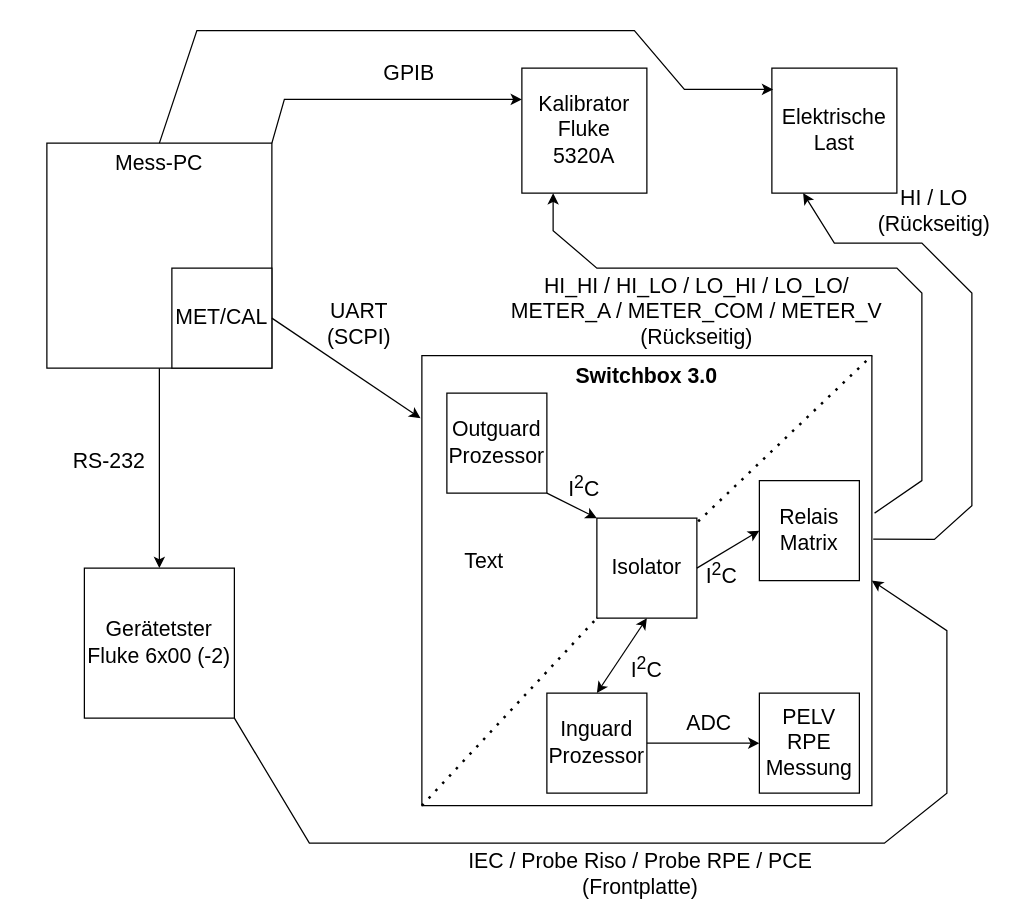
Lostqw1/Funfun keeps this draw.io diagram as Switchbox-Projektübersicht.drawio. Above is the earlier version. Source tidied: cells renumbered, new cells numbered last; positions are measured from the earlier drawing's top-left corner, leaving out a move shared by most shapes. Both pictures are drawn from the tidied source at 125%, with x=0, y=0 at pixel (21, 30).
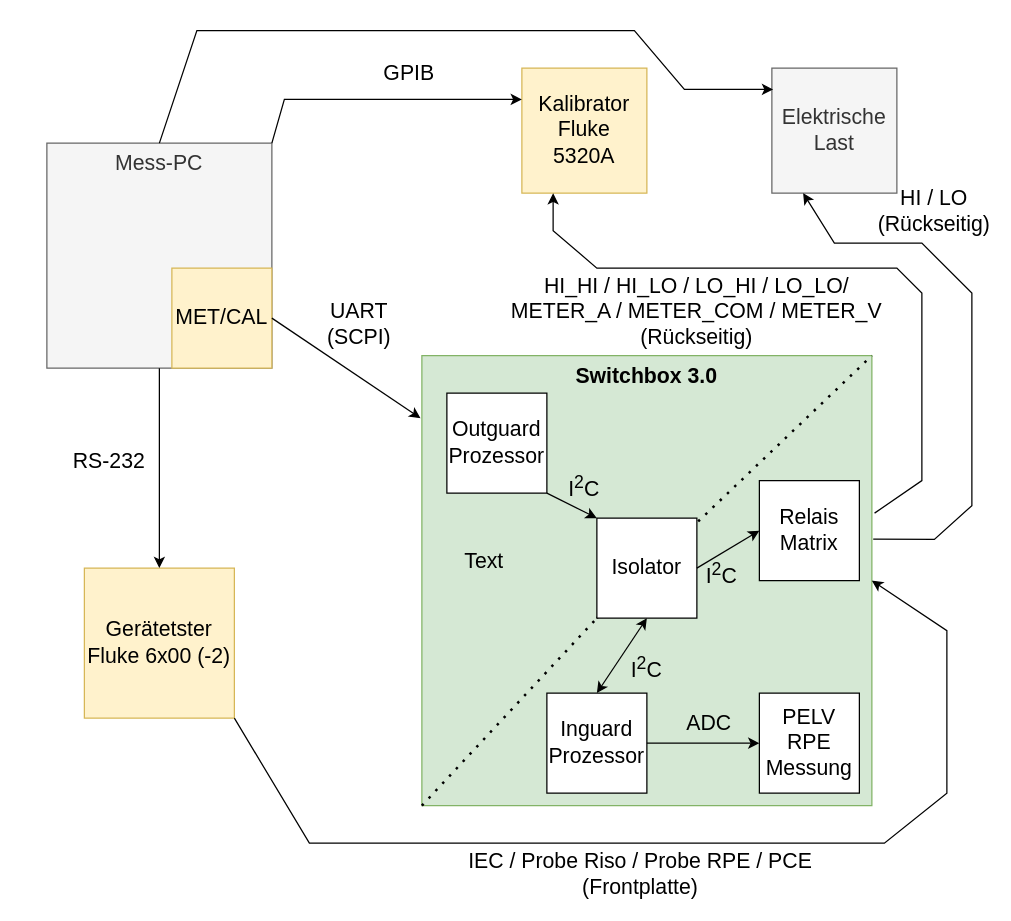
Above is the later version.

The edit, as a diff of the source:
```diff
@@
-    <mxCell id="2" value="Switchbox 3.0" style="whiteSpace=wrap;html=1;fontSize=17;fontStyle=1;verticalAlign=top;" parent="1" vertex="1">
+    <mxCell id="2" value="Switchbox 3.0" style="whiteSpace=wrap;html=1;fontSize=17;fontStyle=1;verticalAlign=top;fillColor=#d5e8d4;strokeColor=#82b366;" parent="1" vertex="1">
       <mxGeometry x="320" y="260" width="360" height="360" as="geometry" />
     </mxCell>
-    <mxCell id="3" value="Mess-PC" style="whiteSpace=wrap;html=1;fontSize=17;verticalAlign=top;" parent="1" vertex="1">
+    <mxCell id="3" value="Mess-PC" style="whiteSpace=wrap;html=1;fontSize=17;verticalAlign=top;fillColor=#f5f5f5;fontColor=#333333;strokeColor=#666666;" parent="1" vertex="1">
       <mxGeometry x="20" y="90" width="180" height="180" as="geometry" />
     </mxCell>
-    <mxCell id="4" value="MET/CAL" style="whiteSpace=wrap;html=1;fontSize=17;" parent="1" vertex="1">
+    <mxCell id="4" value="MET/CAL" style="whiteSpace=wrap;html=1;fontSize=17;fillColor=#fff2cc;strokeColor=#d6b656;" parent="1" vertex="1">
       <mxGeometry x="120" y="190" width="80" height="80" as="geometry" />
     </mxCell>
-    <mxCell id="5" value="Kalibrator&lt;br&gt;Fluke&lt;br&gt;5320A" style="whiteSpace=wrap;html=1;fontSize=17;" parent="1" vertex="1">
+    <mxCell id="5" value="Kalibrator&lt;br&gt;Fluke&lt;br&gt;5320A" style="whiteSpace=wrap;html=1;fontSize=17;fillColor=#fff2cc;strokeColor=#d6b656;" parent="1" vertex="1">
       <mxGeometry x="400" y="30" width="100" height="100" as="geometry" />
     </mxCell>
-    <mxCell id="6" value="Gerätetster&lt;br&gt;Fluke 6x00 (-2)" style="whiteSpace=wrap;html=1;fontSize=17;" parent="1" vertex="1">
+    <mxCell id="6" value="Gerätetster&lt;br&gt;Fluke 6x00 (-2)" style="whiteSpace=wrap;html=1;fontSize=17;fillColor=#fff2cc;strokeColor=#d6b656;" parent="1" vertex="1">
       <mxGeometry x="50" y="430" width="120" height="120" as="geometry" />
     </mxCell>
@@
-    <mxCell id="33" value="Elektrische&lt;br&gt;Last" style="whiteSpace=wrap;html=1;fontSize=17;" parent="1" vertex="1">
+    <mxCell id="33" value="Elektrische&lt;br&gt;Last" style="whiteSpace=wrap;html=1;fontSize=17;fillColor=#f5f5f5;fontColor=#333333;strokeColor=#666666;" parent="1" vertex="1">
       <mxGeometry x="600" y="30" width="100" height="100" as="geometry" />
     </mxCell>
```
